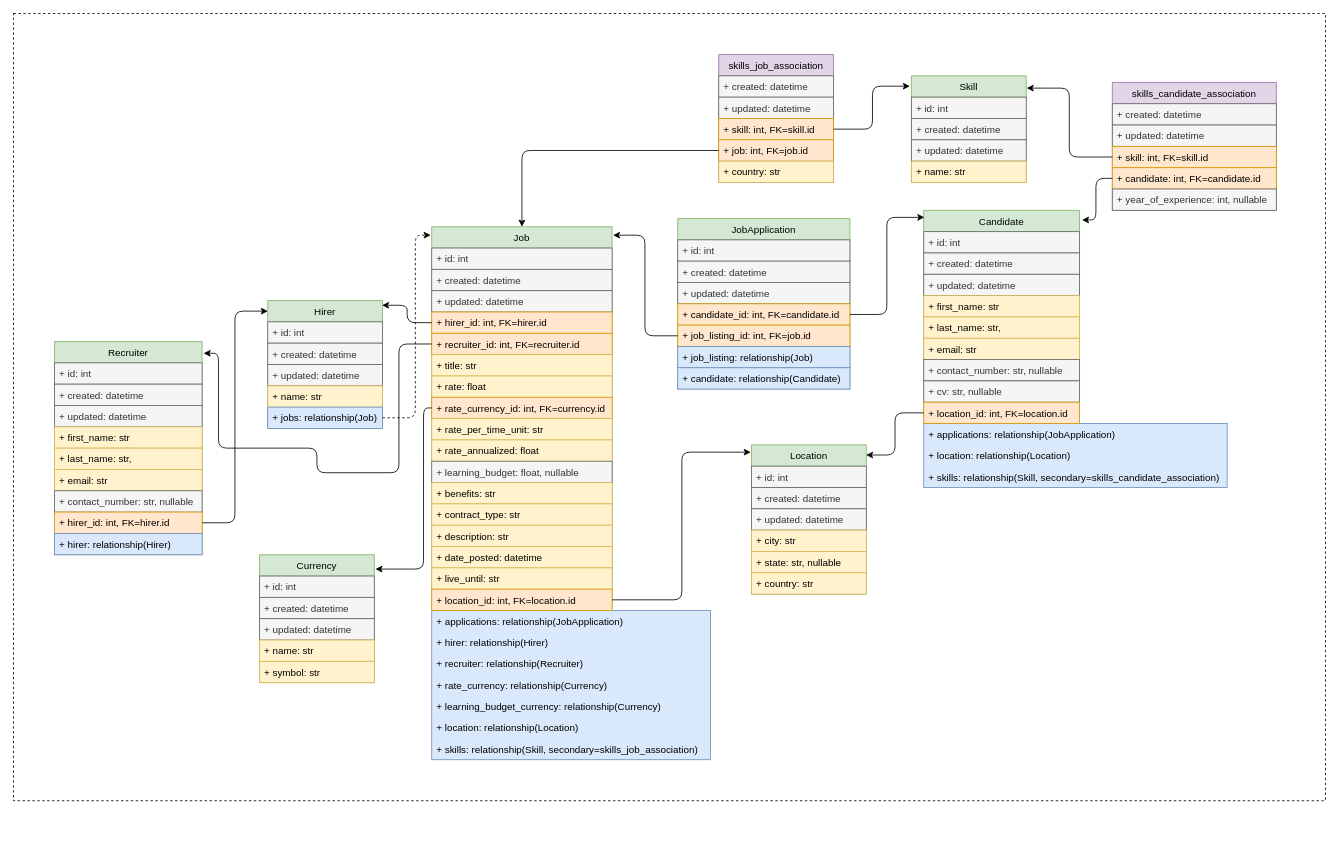
Above: Untitled Diagram.drawio in abunuwas/conferences-images (draw.io), before the change. Source tidied: cells renumbered, new cells numbered last; positions are measured from the earlier drawing's top-left corner, leaving out a move shared by most shapes. Both pictures are drawn from the tidied source at 82%, with x=0, y=0 at pixel (13, 13).
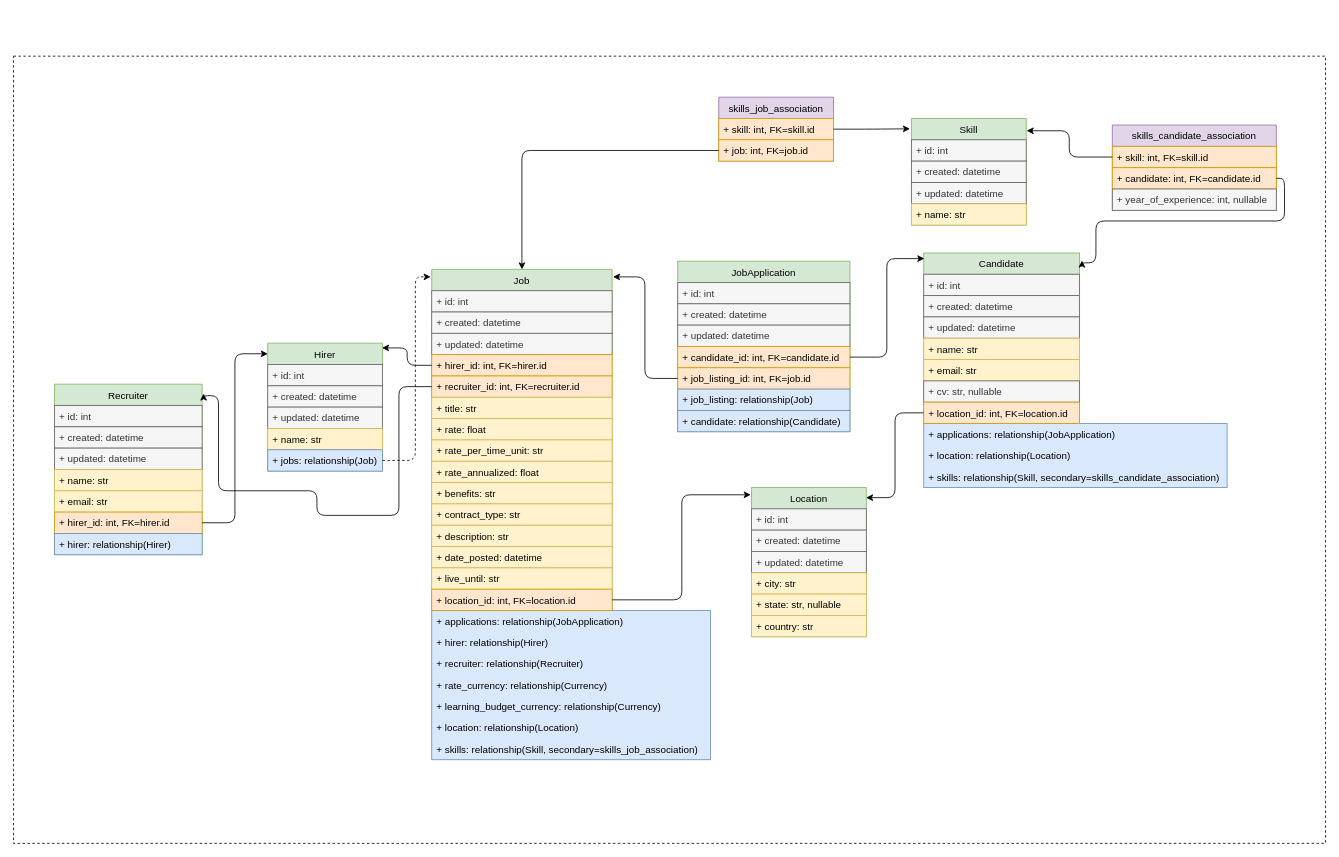
After the change.

Unchanged cells that the change refers to:
```xml
<mxCell id="27" value="+ recruiter_id: int, FK=recruiter.id" style="text;strokeColor=#d79b00;fillColor=#ffe6cc;align=left;verticalAlign=top;spacingLeft=4;spacingRight=4;overflow=hidden;points=[[0,0.5],[1,0.5]];portConstraint=eastwest;" parent="22" vertex="1">
  <mxGeometry y="130" width="220" height="26" as="geometry" />
</mxCell>
<mxCell id="45" value="+ jobs: relationship(Job)" style="text;strokeColor=#6c8ebf;fillColor=#dae8fc;align=left;verticalAlign=top;spacingLeft=4;spacingRight=4;overflow=hidden;points=[[0,0.5],[1,0.5]];portConstraint=eastwest;" parent="40" vertex="1">
  <mxGeometry y="130" width="140" height="26" as="geometry" />
</mxCell>
<mxCell id="82" value="+ job_listing_id: int, FK=job.id" style="text;strokeColor=#d79b00;fillColor=#ffe6cc;align=left;verticalAlign=top;spacingLeft=4;spacingRight=4;overflow=hidden;points=[[0,0.5],[1,0.5]];portConstraint=eastwest;" parent="77" vertex="1">
  <mxGeometry y="130" width="210" height="26" as="geometry" />
</mxCell>
```

What changed in the source:
```diff
@@
     <mxCell id="2" style="rounded=0;whiteSpace=wrap;html=1;dashed=1;" parent="1" vertex="1">
-      <mxGeometry width="1600" height="960" as="geometry" />
+      <mxGeometry y="52" width="1600" height="960" as="geometry" />
     </mxCell>
@@
     <mxCell id="5" value="Location" style="swimlane;fontStyle=0;horizontal=1;startSize=26;fillColor=#d5e8d4;strokeColor=#82b366;" parent="1" vertex="1">
-      <mxGeometry x="900" y="526" width="140" height="182" as="geometry" />
+      <mxGeometry x="900" y="578" width="140" height="182" as="geometry" />
     </mxCell>
@@
     <mxCell id="12" value="Recruiter" style="swimlane;fontStyle=0;horizontal=1;startSize=26;fillColor=#d5e8d4;strokeColor=#82b366;" parent="1" vertex="1">
-      <mxGeometry x="50" y="400" width="180" height="260" as="geometry" />
+      <mxGeometry x="50" y="452" width="180" height="208" as="geometry" />
     </mxCell>
@@
-    <mxCell id="16" value="+ first_name: str" style="text;strokeColor=#d6b656;fillColor=#fff2cc;align=left;verticalAlign=top;spacingLeft=4;spacingRight=4;overflow=hidden;" parent="12" vertex="1">
+    <mxCell id="16" value="+ name: str" style="text;strokeColor=#d6b656;fillColor=#fff2cc;align=left;verticalAlign=top;spacingLeft=4;spacingRight=4;overflow=hidden;" parent="12" vertex="1">
       <mxGeometry y="104" width="180" height="26" as="geometry" />
     </mxCell>
-    <mxCell id="17" value="+ last_name: str," style="text;strokeColor=#d6b656;fillColor=#fff2cc;align=left;verticalAlign=top;spacingLeft=4;spacingRight=4;overflow=hidden;" parent="12" vertex="1">
-      <mxGeometry y="130" width="180" height="26" as="geometry" />
-    </mxCell>
     <mxCell id="18" value="+ email: str" style="text;strokeColor=#d6b656;fillColor=#fff2cc;align=left;verticalAlign=top;spacingLeft=4;spacingRight=4;overflow=hidden;" parent="12" vertex="1">
-      <mxGeometry y="156" width="180" height="26" as="geometry" />
+      <mxGeometry y="130" width="180" height="26" as="geometry" />
     </mxCell>
-    <mxCell id="19" value="+ contact_number: str, nullable" style="text;strokeColor=#666666;fillColor=#f5f5f5;align=left;verticalAlign=top;spacingLeft=4;spacingRight=4;overflow=hidden;fontColor=#333333;" parent="12" vertex="1">
-      <mxGeometry y="182" width="180" height="26" as="geometry" />
-    </mxCell>
     <mxCell id="20" value="+ hirer_id: int, FK=hirer.id" style="text;strokeColor=#d79b00;fillColor=#ffe6cc;align=left;verticalAlign=top;spacingLeft=4;spacingRight=4;overflow=hidden;points=[[0,0.5],[1,0.5]];portConstraint=eastwest;" parent="12" vertex="1">
-      <mxGeometry y="208" width="180" height="26" as="geometry" />
+      <mxGeometry y="156" width="180" height="26" as="geometry" />
     </mxCell>
     <mxCell id="21" value="+ hirer: relationship(Hirer)" style="text;strokeColor=#6c8ebf;fillColor=#dae8fc;align=left;verticalAlign=top;spacingLeft=4;spacingRight=4;overflow=hidden;" parent="12" vertex="1">
-      <mxGeometry y="234" width="180" height="26" as="geometry" />
+      <mxGeometry y="182" width="180" height="26" as="geometry" />
     </mxCell>
     <mxCell id="22" value="Job" style="swimlane;fontStyle=0;horizontal=1;startSize=26;fillColor=#d5e8d4;strokeColor=#82b366;" parent="1" vertex="1">
-      <mxGeometry x="510" y="260" width="220" height="468" as="geometry" />
+      <mxGeometry x="510" y="312" width="220" height="416" as="geometry" />
     </mxCell>
@@
-    <mxCell id="30" value="+ rate_currency_id: int, FK=currency.id" style="text;strokeColor=#d79b00;fillColor=#ffe6cc;align=left;verticalAlign=top;spacingLeft=4;spacingRight=4;overflow=hidden;points=[[0,0.5],[1,0.5]];portConstraint=eastwest;" parent="22" vertex="1">
-      <mxGeometry y="208" width="220" height="26" as="geometry" />
-    </mxCell>
     <mxCell id="31" value="+ rate_per_time_unit: str" style="text;strokeColor=#d6b656;fillColor=#fff2cc;align=left;verticalAlign=top;spacingLeft=4;spacingRight=4;overflow=hidden;" parent="22" vertex="1">
-      <mxGeometry y="234" width="220" height="26" as="geometry" />
+      <mxGeometry y="208" width="220" height="26" as="geometry" />
     </mxCell>
     <mxCell id="32" value="+ rate_annualized: float" style="text;strokeColor=#d6b656;fillColor=#fff2cc;align=left;verticalAlign=top;spacingLeft=4;spacingRight=4;overflow=hidden;" parent="22" vertex="1">
-      <mxGeometry y="260" width="220" height="26" as="geometry" />
+      <mxGeometry y="234" width="220" height="26" as="geometry" />
     </mxCell>
-    <mxCell id="33" value="+ learning_budget: float, nullable" style="text;strokeColor=#666666;fillColor=#f5f5f5;align=left;verticalAlign=top;spacingLeft=4;spacingRight=4;overflow=hidden;fontColor=#333333;" parent="22" vertex="1">
-      <mxGeometry y="286" width="220" height="26" as="geometry" />
-    </mxCell>
     <mxCell id="34" value="+ benefits: str" style="text;strokeColor=#d6b656;fillColor=#fff2cc;align=left;verticalAlign=top;spacingLeft=4;spacingRight=4;overflow=hidden;" parent="22" vertex="1">
-      <mxGeometry y="312" width="220" height="26" as="geometry" />
+      <mxGeometry y="260" width="220" height="26" as="geometry" />
     </mxCell>
     <mxCell id="35" value="+ contract_type: str" style="text;strokeColor=#d6b656;fillColor=#fff2cc;align=left;verticalAlign=top;spacingLeft=4;spacingRight=4;overflow=hidden;" parent="22" vertex="1">
-      <mxGeometry y="338" width="220" height="26" as="geometry" />
+      <mxGeometry y="286" width="220" height="26" as="geometry" />
     </mxCell>
     <mxCell id="36" value="+ description: str" style="text;strokeColor=#d6b656;fillColor=#fff2cc;align=left;verticalAlign=top;spacingLeft=4;spacingRight=4;overflow=hidden;" parent="22" vertex="1">
-      <mxGeometry y="364" width="220" height="26" as="geometry" />
+      <mxGeometry y="312" width="220" height="26" as="geometry" />
     </mxCell>
     <mxCell id="37" value="+ date_posted: datetime" style="text;strokeColor=#d6b656;fillColor=#fff2cc;align=left;verticalAlign=top;spacingLeft=4;spacingRight=4;overflow=hidden;" parent="22" vertex="1">
-      <mxGeometry y="390" width="220" height="26" as="geometry" />
+      <mxGeometry y="338" width="220" height="26" as="geometry" />
     </mxCell>
     <mxCell id="38" value="+ live_until: str" style="text;strokeColor=#d6b656;fillColor=#fff2cc;align=left;verticalAlign=top;spacingLeft=4;spacingRight=4;overflow=hidden;" parent="22" vertex="1">
-      <mxGeometry y="416" width="220" height="26" as="geometry" />
+      <mxGeometry y="364" width="220" height="26" as="geometry" />
     </mxCell>
     <mxCell id="39" value="+ location_id: int, FK=location.id" style="text;strokeColor=#d79b00;fillColor=#ffe6cc;align=left;verticalAlign=top;spacingLeft=4;spacingRight=4;overflow=hidden;points=[[0,0.5],[1,0.5]];portConstraint=eastwest;" parent="22" vertex="1">
-      <mxGeometry y="442" width="220" height="26" as="geometry" />
+      <mxGeometry y="390" width="220" height="26" as="geometry" />
     </mxCell>
     <mxCell id="40" value="Hirer" style="swimlane;fontStyle=0;horizontal=1;startSize=26;fillColor=#d5e8d4;strokeColor=#82b366;" parent="1" vertex="1">
-      <mxGeometry x="310" y="350" width="140" height="156" as="geometry" />
+      <mxGeometry x="310" y="402" width="140" height="156" as="geometry" />
     </mxCell>
@@
     <mxCell id="46" value="Skill" style="swimlane;fontStyle=0;horizontal=1;startSize=26;fillColor=#d5e8d4;strokeColor=#82b366;" parent="1" vertex="1">
-      <mxGeometry x="1095" y="76" width="140" height="130" as="geometry" />
+      <mxGeometry x="1095" y="128" width="140" height="130" as="geometry" />
     </mxCell>
@@
-    <mxCell id="51" value="Currency" style="swimlane;fontStyle=0;horizontal=1;startSize=26;fillColor=#d5e8d4;strokeColor=#82b366;" parent="1" vertex="1">
-      <mxGeometry x="300" y="660" width="140" height="156" as="geometry" />
-    </mxCell>
-    <mxCell id="52" value="+ id: int" style="text;strokeColor=#666666;fillColor=#f5f5f5;align=left;verticalAlign=top;spacingLeft=4;spacingRight=4;overflow=hidden;fontColor=#333333;" parent="51" vertex="1">
-      <mxGeometry y="26" width="140" height="26" as="geometry" />
-    </mxCell>
-    <mxCell id="53" value="+ created: datetime" style="text;strokeColor=#666666;fillColor=#f5f5f5;align=left;verticalAlign=top;spacingLeft=4;spacingRight=4;overflow=hidden;fontColor=#333333;" parent="51" vertex="1">
-      <mxGeometry y="52" width="140" height="26" as="geometry" />
-    </mxCell>
-    <mxCell id="54" value="+ updated: datetime" style="text;strokeColor=#666666;fillColor=#f5f5f5;align=left;verticalAlign=top;spacingLeft=4;spacingRight=4;overflow=hidden;fontColor=#333333;" parent="51" vertex="1">
-      <mxGeometry y="78" width="140" height="26" as="geometry" />
-    </mxCell>
-    <mxCell id="55" value="+ name: str" style="text;strokeColor=#d6b656;fillColor=#fff2cc;align=left;verticalAlign=top;spacingLeft=4;spacingRight=4;overflow=hidden;" parent="51" vertex="1">
-      <mxGeometry y="104" width="140" height="26" as="geometry" />
-    </mxCell>
-    <mxCell id="56" value="+ symbol: str" style="text;strokeColor=#d6b656;fillColor=#fff2cc;align=left;verticalAlign=top;spacingLeft=4;spacingRight=4;overflow=hidden;" parent="51" vertex="1">
-      <mxGeometry y="130" width="140" height="26" as="geometry" />
-    </mxCell>
@@
     <mxCell id="64" value="Candidate" style="swimlane;fontStyle=0;horizontal=1;startSize=26;fillColor=#d5e8d4;strokeColor=#82b366;" parent="1" vertex="1">
-      <mxGeometry x="1110" y="240" width="190" height="260" as="geometry" />
+      <mxGeometry x="1110" y="292" width="190" height="208" as="geometry" />
     </mxCell>
@@
-    <mxCell id="68" value="+ first_name: str" style="text;strokeColor=#d6b656;fillColor=#fff2cc;align=left;verticalAlign=top;spacingLeft=4;spacingRight=4;overflow=hidden;" parent="64" vertex="1">
+    <mxCell id="68" value="+ name: str" style="text;strokeColor=#d6b656;fillColor=#fff2cc;align=left;verticalAlign=top;spacingLeft=4;spacingRight=4;overflow=hidden;" parent="64" vertex="1">
       <mxGeometry y="104" width="190" height="26" as="geometry" />
     </mxCell>
-    <mxCell id="69" value="+ last_name: str," style="text;strokeColor=#d6b656;fillColor=#fff2cc;align=left;verticalAlign=top;spacingLeft=4;spacingRight=4;overflow=hidden;" parent="64" vertex="1">
-      <mxGeometry y="130" width="190" height="26" as="geometry" />
-    </mxCell>
     <mxCell id="70" value="+ email: str" style="text;strokeColor=#d6b656;fillColor=#fff2cc;align=left;verticalAlign=top;spacingLeft=4;spacingRight=4;overflow=hidden;" parent="64" vertex="1">
-      <mxGeometry y="156" width="190" height="26" as="geometry" />
+      <mxGeometry y="130" width="190" height="26" as="geometry" />
     </mxCell>
-    <mxCell id="71" value="+ contact_number: str, nullable" style="text;strokeColor=#666666;fillColor=#f5f5f5;align=left;verticalAlign=top;spacingLeft=4;spacingRight=4;overflow=hidden;fontColor=#333333;" parent="64" vertex="1">
-      <mxGeometry y="182" width="190" height="26" as="geometry" />
-    </mxCell>
     <mxCell id="72" value="+ cv: str, nullable" style="text;strokeColor=#666666;fillColor=#f5f5f5;align=left;verticalAlign=top;spacingLeft=4;spacingRight=4;overflow=hidden;fontColor=#333333;" parent="64" vertex="1">
-      <mxGeometry y="208" width="190" height="26" as="geometry" />
+      <mxGeometry y="156" width="190" height="26" as="geometry" />
     </mxCell>
     <mxCell id="73" value="+ location_id: int, FK=location.id" style="text;strokeColor=#d79b00;fillColor=#ffe6cc;align=left;verticalAlign=top;spacingLeft=4;spacingRight=4;overflow=hidden;points=[[0,0.5],[1,0.5]];portConstraint=eastwest;" parent="64" vertex="1">
-      <mxGeometry y="234" width="190" height="26" as="geometry" />
+      <mxGeometry y="182" width="190" height="26" as="geometry" />
     </mxCell>
@@
     <mxCell id="77" value="JobApplication" style="swimlane;fontStyle=0;horizontal=1;startSize=26;fillColor=#d5e8d4;strokeColor=#82b366;" parent="1" vertex="1">
-      <mxGeometry x="810" y="250" width="210" height="208" as="geometry" />
+      <mxGeometry x="810" y="302" width="210" height="208" as="geometry" />
     </mxCell>
@@
     <mxCell id="85" value="skills_job_association" style="swimlane;fontStyle=0;horizontal=1;startSize=26;fillColor=#e1d5e7;strokeColor=#9673a6;" parent="1" vertex="1">
-      <mxGeometry x="860" y="50" width="140" height="156" as="geometry" />
+      <mxGeometry x="860" y="102" width="140" height="78" as="geometry" />
     </mxCell>
-    <mxCell id="86" value="+ created: datetime" style="text;strokeColor=#666666;fillColor=#f5f5f5;align=left;verticalAlign=top;spacingLeft=4;spacingRight=4;overflow=hidden;fontColor=#333333;" parent="85" vertex="1">
-      <mxGeometry y="26" width="140" height="26" as="geometry" />
-    </mxCell>
-    <mxCell id="87" value="+ updated: datetime" style="text;strokeColor=#666666;fillColor=#f5f5f5;align=left;verticalAlign=top;spacingLeft=4;spacingRight=4;overflow=hidden;fontColor=#333333;" parent="85" vertex="1">
-      <mxGeometry y="52" width="140" height="26" as="geometry" />
-    </mxCell>
     <mxCell id="88" value="+ skill: int, FK=skill.id" style="text;strokeColor=#d79b00;fillColor=#ffe6cc;align=left;verticalAlign=top;spacingLeft=4;spacingRight=4;overflow=hidden;points=[[0,0.5],[1,0.5]];portConstraint=eastwest;" parent="85" vertex="1">
-      <mxGeometry y="78" width="140" height="26" as="geometry" />
+      <mxGeometry y="26" width="140" height="26" as="geometry" />
     </mxCell>
     <mxCell id="89" value="+ job: int, FK=job.id" style="text;strokeColor=#d79b00;fillColor=#ffe6cc;align=left;verticalAlign=top;spacingLeft=4;spacingRight=4;overflow=hidden;points=[[0,0.5],[1,0.5]];portConstraint=eastwest;" parent="85" vertex="1">
-      <mxGeometry y="104" width="140" height="26" as="geometry" />
+      <mxGeometry y="52" width="140" height="26" as="geometry" />
     </mxCell>
-    <mxCell id="90" value="+ country: str" style="text;strokeColor=#d6b656;fillColor=#fff2cc;align=left;verticalAlign=top;spacingLeft=4;spacingRight=4;overflow=hidden;" parent="85" vertex="1">
-      <mxGeometry y="130" width="140" height="26" as="geometry" />
-    </mxCell>
     <mxCell id="91" value="skills_candidate_association" style="swimlane;fontStyle=0;horizontal=1;startSize=26;fillColor=#e1d5e7;strokeColor=#9673a6;" parent="1" vertex="1">
-      <mxGeometry x="1340" y="84" width="200" height="156" as="geometry" />
+      <mxGeometry x="1340" y="136" width="200" height="104" as="geometry" />
     </mxCell>
-    <mxCell id="92" value="+ created: datetime" style="text;strokeColor=#666666;fillColor=#f5f5f5;align=left;verticalAlign=top;spacingLeft=4;spacingRight=4;overflow=hidden;fontColor=#333333;" parent="91" vertex="1">
-      <mxGeometry y="26" width="200" height="26" as="geometry" />
-    </mxCell>
-    <mxCell id="93" value="+ updated: datetime" style="text;strokeColor=#666666;fillColor=#f5f5f5;align=left;verticalAlign=top;spacingLeft=4;spacingRight=4;overflow=hidden;fontColor=#333333;" parent="91" vertex="1">
-      <mxGeometry y="52" width="200" height="26" as="geometry" />
-    </mxCell>
     <mxCell id="94" value="+ skill: int, FK=skill.id" style="text;strokeColor=#d79b00;fillColor=#ffe6cc;align=left;verticalAlign=top;spacingLeft=4;spacingRight=4;overflow=hidden;points=[[0,0.5],[1,0.5]];portConstraint=eastwest;" parent="91" vertex="1">
-      <mxGeometry y="78" width="200" height="26" as="geometry" />
+      <mxGeometry y="26" width="200" height="26" as="geometry" />
     </mxCell>
     <mxCell id="95" value="+ candidate: int, FK=candidate.id" style="text;strokeColor=#d79b00;fillColor=#ffe6cc;align=left;verticalAlign=top;spacingLeft=4;spacingRight=4;overflow=hidden;points=[[0,0.5],[1,0.5]];portConstraint=eastwest;" parent="91" vertex="1">
-      <mxGeometry y="104" width="200" height="26" as="geometry" />
+      <mxGeometry y="52" width="200" height="26" as="geometry" />
     </mxCell>
     <mxCell id="96" value="+ year_of_experience: int, nullable" style="text;strokeColor=#666666;fillColor=#f5f5f5;align=left;verticalAlign=top;spacingLeft=4;spacingRight=4;overflow=hidden;fontColor=#333333;" parent="91" vertex="1">
-      <mxGeometry y="130" width="200" height="26" as="geometry" />
+      <mxGeometry y="78" width="200" height="26" as="geometry" />
     </mxCell>
@@
     <mxCell id="98" style="edgeStyle=orthogonalEdgeStyle;rounded=1;jettySize=auto;html=1;entryX=-0.006;entryY=0.022;entryDx=0;entryDy=0;entryPerimeter=0;dashed=1;" parent="1" edge="1" source="45" target="22">
       <mxGeometry relative="1" as="geometry">
         <Array as="points">
-          <mxPoint x="490" y="493" />
-          <mxPoint x="490" y="270" />
+          <mxPoint x="490" y="545" />
+          <mxPoint x="490" y="322" />
         </Array>
       </mxGeometry>
     </mxCell>
@@
     <mxCell id="100" style="edgeStyle=orthogonalEdgeStyle;rounded=1;jettySize=auto;html=1;entryX=1.01;entryY=0.055;entryDx=0;entryDy=0;entryPerimeter=0;" parent="1" edge="1" source="27" target="12">
       <mxGeometry relative="1" as="geometry">
         <Array as="points">
-          <mxPoint x="470" y="403" />
-          <mxPoint x="470" y="560" />
-          <mxPoint x="370" y="560" />
-          <mxPoint x="370" y="530" />
-          <mxPoint x="250" y="530" />
-          <mxPoint x="250" y="414" />
+          <mxPoint x="470" y="455" />
+          <mxPoint x="470" y="612" />
+          <mxPoint x="370" y="612" />
+          <mxPoint x="370" y="582" />
+          <mxPoint x="250" y="582" />
+          <mxPoint x="250" y="466" />
         </Array>
       </mxGeometry>
     </mxCell>
-    <mxCell id="101" style="edgeStyle=orthogonalEdgeStyle;rounded=1;jettySize=auto;html=1;entryX=1.01;entryY=0.112;entryDx=0;entryDy=0;entryPerimeter=0;" parent="1" edge="1" source="30" target="51">
-      <mxGeometry relative="1" as="geometry">
-        <Array as="points">
-          <mxPoint x="500" y="481" />
-          <mxPoint x="500" y="677" />
-        </Array>
-      </mxGeometry>
-    </mxCell>
@@
     <mxCell id="104" style="edgeStyle=orthogonalEdgeStyle;rounded=1;jettySize=auto;html=1;entryX=1.005;entryY=0.022;entryDx=0;entryDy=0;entryPerimeter=0;" parent="1" edge="1" source="82" target="22">
       <mxGeometry relative="1" as="geometry">
         <Array as="points">
-          <mxPoint x="770" y="393" />
-          <mxPoint x="770" y="270" />
+          <mxPoint x="770" y="445" />
+          <mxPoint x="770" y="322" />
         </Array>
       </mxGeometry>
     </mxCell>
-    <mxCell id="105" style="edgeStyle=orthogonalEdgeStyle;rounded=1;jettySize=auto;html=1;entryX=1.016;entryY=0.045;entryDx=0;entryDy=0;entryPerimeter=0;" parent="1" edge="1" source="95" target="64">
+    <mxCell id="105" style="edgeStyle=orthogonalEdgeStyle;rounded=1;jettySize=auto;html=1;entryX=1.016;entryY=0.045;entryDx=0;entryDy=0;entryPerimeter=0;exitX=1;exitY=0.5;exitDx=0;exitDy=0;" parent="1" edge="1" source="95" target="64">
       <mxGeometry relative="1" as="geometry">
         <Array as="points">
-          <mxPoint x="1320" y="201" />
-          <mxPoint x="1320" y="252" />
+          <mxPoint x="1550" y="201" />
+          <mxPoint x="1550" y="253" />
+          <mxPoint x="1320" y="253" />
+          <mxPoint x="1320" y="304" />
         </Array>
       </mxGeometry>
     </mxCell>
```
